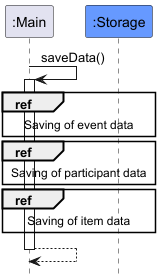
nus-cs2113-AY2425S1/tp keeps this PlantUML diagram as docs/images/SavingSequenceDiagram.png. Above is the earlier version. The source it was exported from:
```plantuml
@startuml
!include style.puml
hide footbox

Participant ":Main" as main
Participant ":Storage" as storage STORAGE_COLOUR

main -> main : saveData()
activate main

ref over main, storage : Saving of event data
ref over main, storage : Saving of participant data
ref over main, storage : Saving of item data

return

@enduml
```
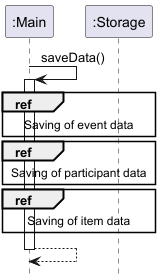
After the commit.

Change to the diagram source:
```diff
@@ -3,7 +3,7 @@
 hide footbox
 
 Participant ":Main" as main
-Participant ":Storage" as storage STORAGE_COLOUR
+Participant ":Storage" as storage
 
 main -> main : saveData()
 activate main
```
